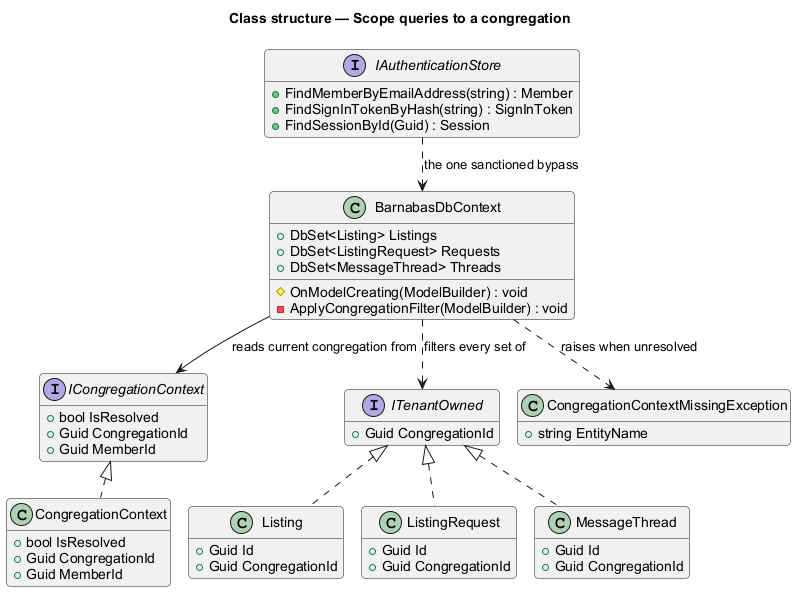
Above: docs/detailed-designs/platform/scope-queries-to-a-congregation/diagrams/class-structure.png in QuinntyneBrown/Barnabas (PlantUML), before the change.
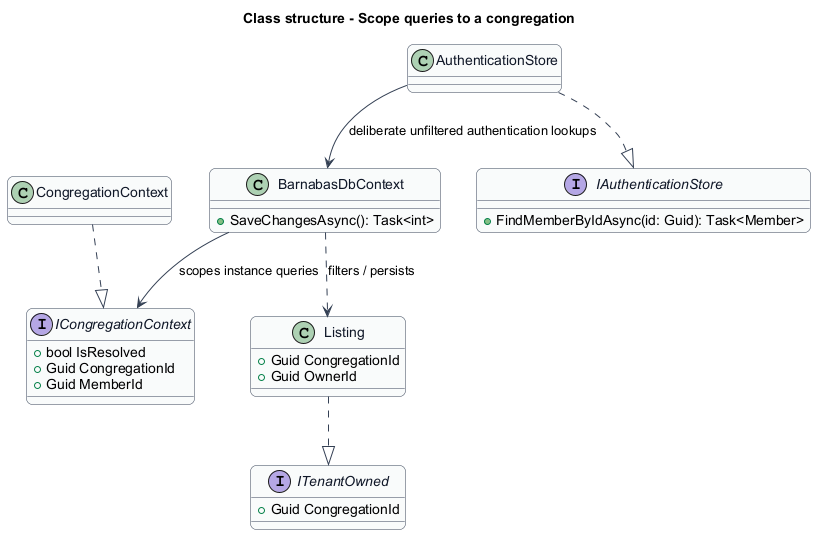
The same diagram one commit later.

Diff of the diagram source:
```diff
@@ -1,59 +1,48 @@
 @startuml
-!pragma layout smetana
-title Class structure — Scope queries to a congregation
 skinparam backgroundColor #FFFFFF
 skinparam shadowing false
-skinparam roundcorner 8
+skinparam roundcorner 12
 skinparam defaultFontName Arial
-hide empty members
-
+skinparam ArrowColor #344054
+skinparam rectangle {
+  BorderColor #344054
+  FontColor #101828
+}
+skinparam package {
+  BorderColor #667085
+  FontColor #101828
+  BackgroundColor #F9FAFB
+}
+skinparam class {
+  BorderColor #344054
+  FontColor #101828
+  BackgroundColor #F9FAFB
+}
+title Class structure - Scope queries to a congregation
+interface ITenantOwned {
+  +Guid CongregationId
+}
 interface ICongregationContext {
   +bool IsResolved
   +Guid CongregationId
   +Guid MemberId
 }
-class CongregationContext {
-  +bool IsResolved
+class BarnabasDbContext {
+  +SaveChangesAsync(): Task<int>
+}
+class CongregationContext
+class Listing {
   +Guid CongregationId
-  +Guid MemberId
-}
-interface ITenantOwned {
-  +Guid CongregationId
-}
-class BarnabasDbContext {
-  +DbSet<Listing> Listings
-  +DbSet<ListingRequest> Requests
-  +DbSet<MessageThread> Threads
-  #OnModelCreating(ModelBuilder) : void
-  -ApplyCongregationFilter(ModelBuilder) : void
+  +Guid OwnerId
 }
 interface IAuthenticationStore {
-  +FindMemberByEmailAddress(string) : Member
-  +FindSignInTokenByHash(string) : SignInToken
-  +FindSessionById(Guid) : Session
+  +FindMemberByIdAsync(id: Guid): Task<Member>
 }
-class CongregationContextMissingException {
-  +string EntityName
-}
-class Listing {
-  +Guid Id
-  +Guid CongregationId
-}
-class ListingRequest {
-  +Guid Id
-  +Guid CongregationId
-}
-class MessageThread {
-  +Guid Id
-  +Guid CongregationId
-}
-
-ICongregationContext <|.. CongregationContext
-ITenantOwned <|.. Listing
-ITenantOwned <|.. ListingRequest
-ITenantOwned <|.. MessageThread
-BarnabasDbContext --> ICongregationContext : reads current congregation from
-BarnabasDbContext ..> ITenantOwned : filters every set of
-BarnabasDbContext ..> CongregationContextMissingException : raises when unresolved
-IAuthenticationStore ..> BarnabasDbContext : the one sanctioned bypass
+CongregationContext ..|> ICongregationContext
+BarnabasDbContext --> ICongregationContext : scopes instance queries
+Listing ..|> ITenantOwned
+BarnabasDbContext ..> Listing : filters / persists
+class AuthenticationStore
+AuthenticationStore ..|> IAuthenticationStore
+AuthenticationStore --> BarnabasDbContext : deliberate unfiltered authentication lookups
 @enduml
```
